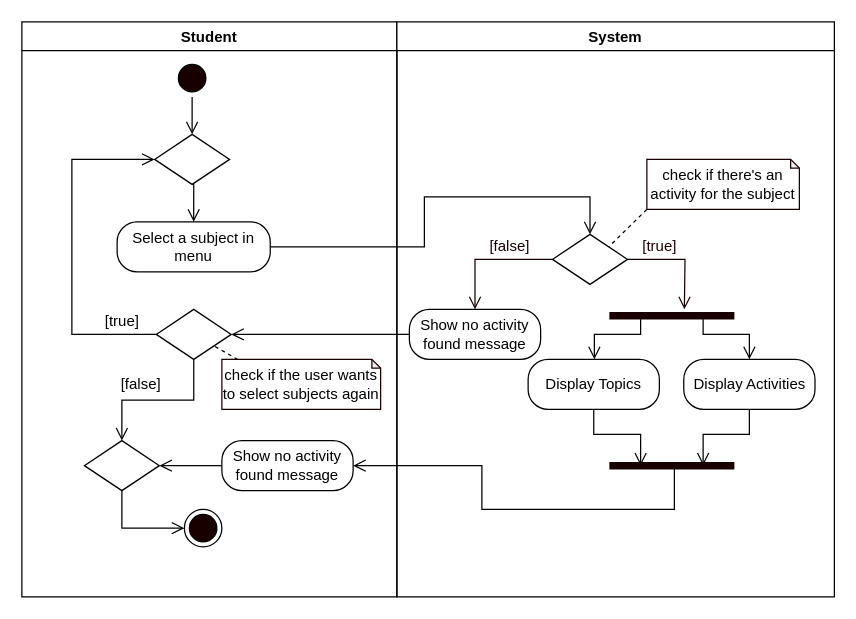
Above: page "Open Subjects" (1 of 7) of REVISIONS/UML-DIAGRAMS/6-28-2021/ACTIVITY DIAGRAM/ACTIVITY DIAGRAM3.drawio in mrklglsn/CAPSTONE-FILES (draw.io), before the change. Source tidied: cells renumbered, new cells numbered last; positions are measured from the earlier drawing's top-left corner, leaving out a move shared by most shapes. Both pictures are drawn from the tidied source at 125%, with x=0, y=0 at pixel (21, 21).
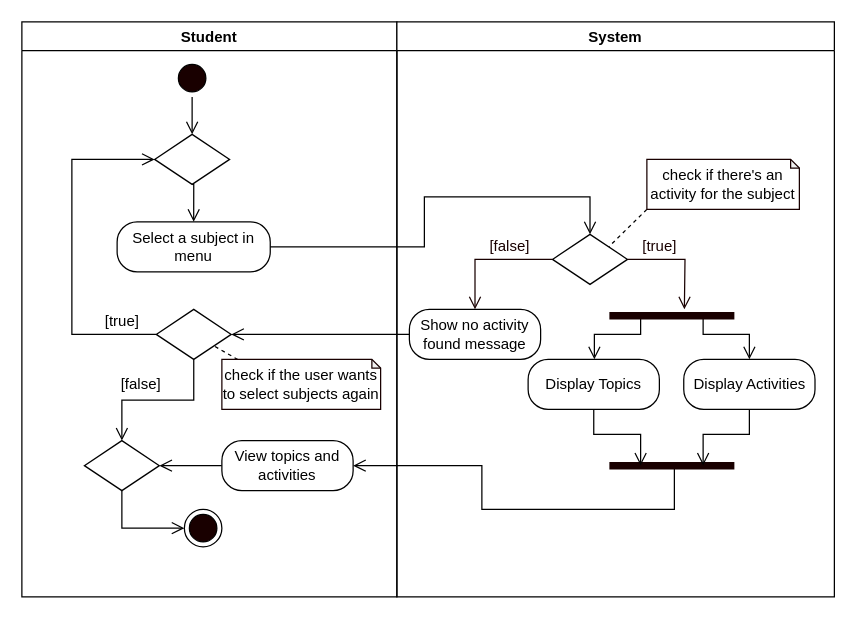
The same diagram, later.

The change refers to these unchanged cells:
```xml
<mxCell id="2" value="Student" style="swimlane;startSize=23;" parent="1" vertex="1">
  <mxGeometry width="300" height="460" as="geometry" />
</mxCell>
```

The edit, as a diff of the source:
```diff
@@
-    <mxCell id="14" value="Show no activity found message" style="rounded=1;whiteSpace=wrap;html=1;arcSize=40;" parent="2" vertex="1">
+    <mxCell id="14" value="View topics and activities" style="rounded=1;whiteSpace=wrap;html=1;arcSize=40;" parent="2" vertex="1">
       <mxGeometry x="160" y="335" width="105" height="40" as="geometry" />
     </mxCell>
```
